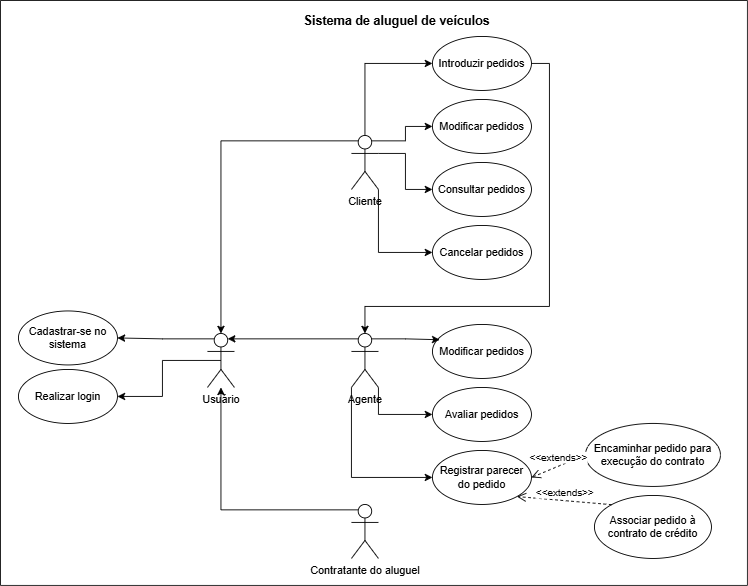
Above: project/img/Diagrama de Casos de Usos/CasosDeUso.png in barbaragncarvalho/Aluguel-de-Automoveis (draw.io), before the change. Source tidied: cells renumbered, new cells last; positions are measured from the earlier drawing's top-left corner, leaving out a move shared by most shapes. Its diagram source:
```xml
<mxGraphModel>
  <root>
    <mxCell id="0" />
    <mxCell id="1" parent="0" />
    <mxCell id="2" style="edgeStyle=orthogonalEdgeStyle;rounded=0;jettySize=auto;html=1;exitX=0.25;exitY=0.1;exitDx=0;exitDy=0;exitPerimeter=0;entryX=1;entryY=0.5;entryDx=0;entryDy=0;" parent="1" edge="1" source="4" target="18">
      <mxGeometry relative="1" as="geometry" />
    </mxCell>
    <mxCell id="3" style="edgeStyle=orthogonalEdgeStyle;rounded=0;jettySize=auto;html=1;exitX=0.5;exitY=0.5;exitDx=0;exitDy=0;exitPerimeter=0;entryX=1;entryY=0.5;entryDx=0;entryDy=0;" parent="1" edge="1" source="4" target="14">
      <mxGeometry relative="1" as="geometry" />
    </mxCell>
    <mxCell id="4" value="Usuário" style="shape=umlActor;verticalLabelPosition=bottom;verticalAlign=top;html=1;outlineConnect=0;" parent="1" vertex="1">
      <mxGeometry x="230" y="370" width="30" height="60" as="geometry" />
    </mxCell>
    <mxCell id="5" style="edgeStyle=orthogonalEdgeStyle;rounded=0;jettySize=auto;html=1;exitX=0.5;exitY=0;exitDx=0;exitDy=0;exitPerimeter=0;entryX=0;entryY=0.5;entryDx=0;entryDy=0;" parent="1" edge="1" source="9" target="13">
      <mxGeometry relative="1" as="geometry" />
    </mxCell>
    <mxCell id="6" style="edgeStyle=orthogonalEdgeStyle;rounded=0;jettySize=auto;html=1;exitX=0.75;exitY=0.1;exitDx=0;exitDy=0;exitPerimeter=0;entryX=0;entryY=0.5;entryDx=0;entryDy=0;" parent="1" edge="1" source="9" target="22">
      <mxGeometry relative="1" as="geometry" />
    </mxCell>
    <mxCell id="7" style="edgeStyle=orthogonalEdgeStyle;rounded=0;jettySize=auto;html=1;exitX=1;exitY=0.3333333333333333;exitDx=0;exitDy=0;exitPerimeter=0;" parent="1" edge="1" source="9" target="15">
      <mxGeometry relative="1" as="geometry" />
    </mxCell>
    <mxCell id="8" style="edgeStyle=orthogonalEdgeStyle;rounded=0;jettySize=auto;html=1;exitX=1;exitY=1;exitDx=0;exitDy=0;exitPerimeter=0;entryX=0;entryY=0.5;entryDx=0;entryDy=0;" parent="1" edge="1" source="9" target="16">
      <mxGeometry relative="1" as="geometry" />
    </mxCell>
    <mxCell id="9" value="Cliente" style="shape=umlActor;verticalLabelPosition=bottom;verticalAlign=top;html=1;outlineConnect=0;" parent="1" vertex="1">
      <mxGeometry x="390" y="150" width="30" height="60" as="geometry" />
    </mxCell>
    <mxCell id="10" style="edgeStyle=orthogonalEdgeStyle;rounded=0;jettySize=auto;html=1;exitX=1;exitY=1;exitDx=0;exitDy=0;exitPerimeter=0;entryX=0;entryY=0.5;entryDx=0;entryDy=0;" parent="1" edge="1" source="12" target="17">
      <mxGeometry relative="1" as="geometry" />
    </mxCell>
    <mxCell id="11" style="edgeStyle=orthogonalEdgeStyle;rounded=0;jettySize=auto;html=1;exitX=0;exitY=1;exitDx=0;exitDy=0;exitPerimeter=0;entryX=0;entryY=0.5;entryDx=0;entryDy=0;" parent="1" edge="1" source="12" target="25">
      <mxGeometry relative="1" as="geometry" />
    </mxCell>
    <mxCell id="12" value="Agente" style="shape=umlActor;verticalLabelPosition=bottom;verticalAlign=top;html=1;outlineConnect=0;" parent="1" vertex="1">
      <mxGeometry x="390" y="370" width="30" height="60" as="geometry" />
    </mxCell>
    <mxCell id="13" value="Introduzir pedidos" style="ellipse;whiteSpace=wrap;html=1;" parent="1" vertex="1">
      <mxGeometry x="480" y="40" width="110" height="60" as="geometry" />
    </mxCell>
    <mxCell id="14" value="Realizar login" style="ellipse;whiteSpace=wrap;html=1;" parent="1" vertex="1">
      <mxGeometry x="20" y="410" width="110" height="60" as="geometry" />
    </mxCell>
    <mxCell id="15" value="Consultar pedidos" style="ellipse;whiteSpace=wrap;html=1;" parent="1" vertex="1">
      <mxGeometry x="480" y="180" width="110" height="60" as="geometry" />
    </mxCell>
    <mxCell id="16" value="Cancelar pedidos" style="ellipse;whiteSpace=wrap;html=1;" parent="1" vertex="1">
      <mxGeometry x="480" y="250" width="110" height="60" as="geometry" />
    </mxCell>
    <mxCell id="17" value="Avaliar pedidos" style="ellipse;whiteSpace=wrap;html=1;" parent="1" vertex="1">
      <mxGeometry x="480" y="430" width="110" height="60" as="geometry" />
    </mxCell>
    <mxCell id="18" value="Cadastrar-se no sistema" style="ellipse;whiteSpace=wrap;html=1;" parent="1" vertex="1">
      <mxGeometry x="20" y="345" width="110" height="60" as="geometry" />
    </mxCell>
    <mxCell id="19" style="edgeStyle=orthogonalEdgeStyle;rounded=0;jettySize=auto;html=1;exitX=0.25;exitY=0.1;exitDx=0;exitDy=0;exitPerimeter=0;" parent="1" edge="1" source="20" target="4">
      <mxGeometry relative="1" as="geometry" />
    </mxCell>
    <mxCell id="20" value="Contratante do aluguel" style="shape=umlActor;verticalLabelPosition=bottom;verticalAlign=top;html=1;outlineConnect=0;" parent="1" vertex="1">
      <mxGeometry x="390" y="560" width="30" height="60" as="geometry" />
    </mxCell>
    <mxCell id="21" value="Modificar pedidos" style="ellipse;whiteSpace=wrap;html=1;" parent="1" vertex="1">
      <mxGeometry x="480" y="360" width="110" height="60" as="geometry" />
    </mxCell>
    <mxCell id="22" value="Modificar pedidos" style="ellipse;whiteSpace=wrap;html=1;" parent="1" vertex="1">
      <mxGeometry x="480" y="110" width="110" height="60" as="geometry" />
    </mxCell>
    <mxCell id="23" style="edgeStyle=orthogonalEdgeStyle;rounded=0;jettySize=auto;html=1;exitX=0.25;exitY=0.1;exitDx=0;exitDy=0;exitPerimeter=0;entryX=0.5;entryY=0;entryDx=0;entryDy=0;entryPerimeter=0;" parent="1" edge="1" source="9" target="4">
      <mxGeometry relative="1" as="geometry" />
    </mxCell>
    <mxCell id="24" style="edgeStyle=orthogonalEdgeStyle;rounded=0;jettySize=auto;html=1;exitX=1;exitY=0.5;exitDx=0;exitDy=0;entryX=0.5;entryY=0;entryDx=0;entryDy=0;entryPerimeter=0;" parent="1" edge="1" source="13" target="12">
      <mxGeometry relative="1" as="geometry">
        <Array as="points">
          <mxPoint x="610" y="70" />
          <mxPoint x="610" y="340" />
          <mxPoint x="405" y="340" />
        </Array>
      </mxGeometry>
    </mxCell>
    <mxCell id="25" value="Registrar parecer do pedido" style="ellipse;whiteSpace=wrap;html=1;" parent="1" vertex="1">
      <mxGeometry x="480" y="500" width="110" height="60" as="geometry" />
    </mxCell>
    <mxCell id="26" style="swimlane;startSize=0;" parent="1" vertex="1">
      <mxGeometry width="830" height="650" as="geometry" />
    </mxCell>
    <mxCell id="27" value="&lt;font style=&quot;font-size: 14px;&quot;&gt;Sistema de aluguel de veículos&lt;/font&gt;" style="text;align=center;fontStyle=1;verticalAlign=middle;spacingLeft=3;spacingRight=3;strokeColor=none;html=1;" parent="26" vertex="1">
      <mxGeometry x="340" y="10" width="200" height="26" as="geometry" />
    </mxCell>
    <mxCell id="28" value="Encaminhar pedido para execução do contrato" style="ellipse;whiteSpace=wrap;html=1;" parent="26" vertex="1">
      <mxGeometry x="650" y="470" width="150" height="70" as="geometry" />
    </mxCell>
    <mxCell id="29" value="Associar pedido à contrato de crédito" style="ellipse;whiteSpace=wrap;html=1;" parent="26" vertex="1">
      <mxGeometry x="660" y="550" width="130" height="70" as="geometry" />
    </mxCell>
    <mxCell id="30" style="edgeStyle=orthogonalEdgeStyle;rounded=0;jettySize=auto;html=1;exitX=0.25;exitY=0.1;exitDx=0;exitDy=0;exitPerimeter=0;entryX=0.75;entryY=0.1;entryDx=0;entryDy=0;entryPerimeter=0;" parent="1" edge="1" source="12" target="4">
      <mxGeometry relative="1" as="geometry" />
    </mxCell>
    <mxCell id="31" style="edgeStyle=orthogonalEdgeStyle;rounded=0;jettySize=auto;html=1;exitX=0.75;exitY=0.1;exitDx=0;exitDy=0;exitPerimeter=0;entryX=0.073;entryY=0.283;entryDx=0;entryDy=0;entryPerimeter=0;" parent="1" edge="1" source="12" target="21">
      <mxGeometry relative="1" as="geometry" />
    </mxCell>
    <mxCell id="32" value="&amp;lt;&amp;lt;extends&amp;gt;&amp;gt;" style="html=1;verticalAlign=bottom;endArrow=open;dashed=1;endSize=8;curved=0;rounded=0;exitX=0;exitY=0.5;exitDx=0;exitDy=0;entryX=1;entryY=0.5;entryDx=0;entryDy=0;" parent="1" edge="1" source="28" target="25">
      <mxGeometry relative="1" as="geometry" />
    </mxCell>
    <mxCell id="33" value="&amp;lt;&amp;lt;extends&amp;gt;&amp;gt;" style="html=1;verticalAlign=bottom;endArrow=open;dashed=1;endSize=8;curved=0;rounded=0;exitX=0;exitY=0;exitDx=0;exitDy=0;entryX=1;entryY=1;entryDx=0;entryDy=0;" parent="1" edge="1" source="29" target="25">
      <mxGeometry relative="1" as="geometry" />
    </mxCell>
  </root>
</mxGraphModel>
```
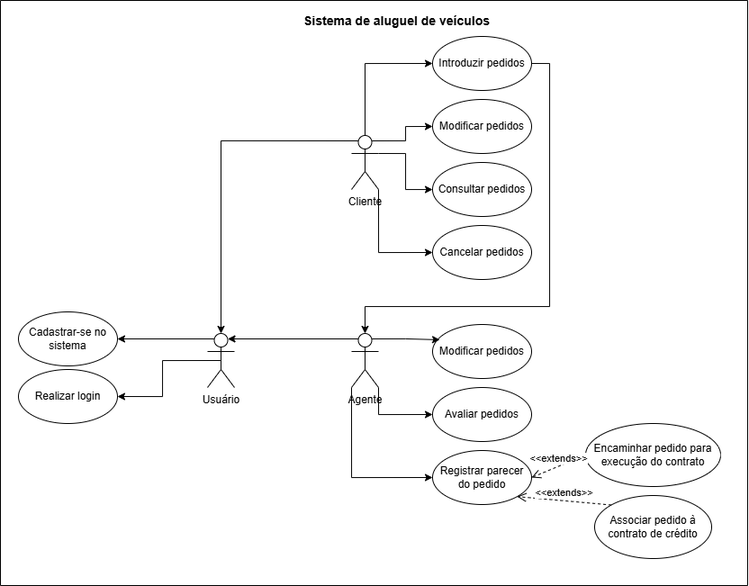
After the change.

Commit message:
Remoção do ator Contratante

The edit, as a diff of the source:
```diff
@@ -51,14 +51,8 @@
       <mxGeometry x="480" y="430" width="110" height="60" as="geometry" />
     </mxCell>
     <mxCell id="18" value="Cadastrar-se no sistema" style="ellipse;whiteSpace=wrap;html=1;" parent="1" vertex="1">
-      <mxGeometry x="20" y="345" width="110" height="60" as="geometry" />
+      <mxGeometry x="20" y="346" width="110" height="60" as="geometry" />
     </mxCell>
-    <mxCell id="19" style="edgeStyle=orthogonalEdgeStyle;rounded=0;jettySize=auto;html=1;exitX=0.25;exitY=0.1;exitDx=0;exitDy=0;exitPerimeter=0;" parent="1" edge="1" source="20" target="4">
-      <mxGeometry relative="1" as="geometry" />
-    </mxCell>
-    <mxCell id="20" value="Contratante do aluguel" style="shape=umlActor;verticalLabelPosition=bottom;verticalAlign=top;html=1;outlineConnect=0;" parent="1" vertex="1">
-      <mxGeometry x="390" y="560" width="30" height="60" as="geometry" />
-    </mxCell>
     <mxCell id="21" value="Modificar pedidos" style="ellipse;whiteSpace=wrap;html=1;" parent="1" vertex="1">
       <mxGeometry x="480" y="360" width="110" height="60" as="geometry" />
     </mxCell>
```
